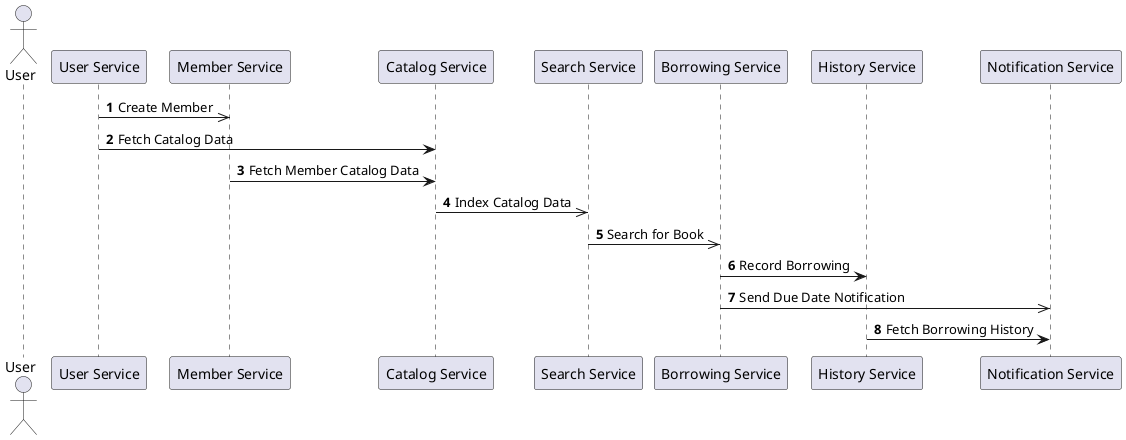
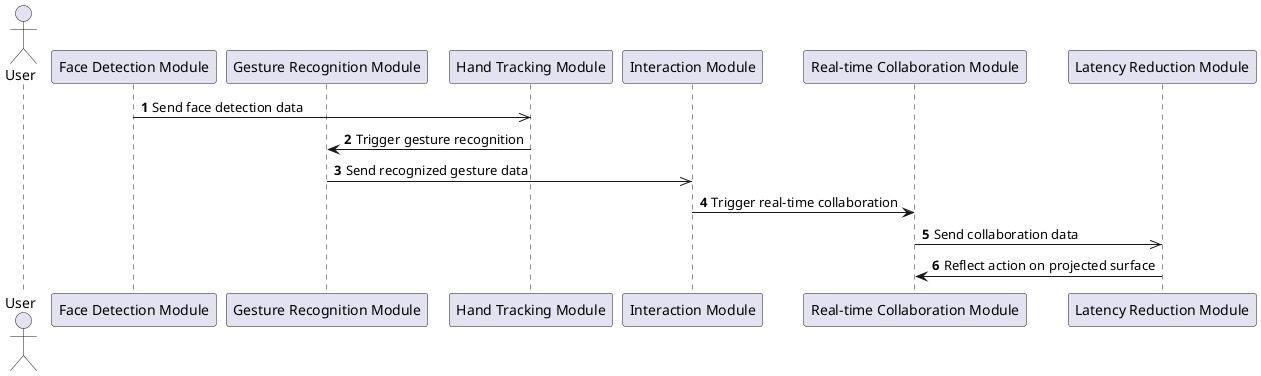
@startuml
autonumber
actor User
- participant "User Service" as UserService
- participant "Member Service" as MemberService
- participant "Catalog Service" as CatalogService
- participant "Search Service" as SearchService
- participant "Borrowing Service" as BorrowingService
- participant "History Service" as HistoryService
- participant "Notification Service" as NotificationService
- UserService ->> MemberService : Create Member
- UserService -> CatalogService : Fetch Catalog Data
- MemberService -> CatalogService : Fetch Member Catalog Data
- CatalogService ->> SearchService : Index Catalog Data
- SearchService ->> BorrowingService : Search for Book
- BorrowingService -> HistoryService : Record Borrowing
- BorrowingService ->> NotificationService : Send Due Date Notification
- HistoryService -> NotificationService : Fetch Borrowing History
+ participant "Face Detection Module" as FaceDetectionModule
+ participant "Gesture Recognition Module" as GestureRecognitionModule
+ participant "Hand Tracking Module" as HandTrackingModule
+ participant "Interaction Module" as InteractionModule
+ participant "Real-time Collaboration Module" as RealtimeCollaborationModule
+ participant "Latency Reduction Module" as LatencyReductionModule
+ FaceDetectionModule ->> HandTrackingModule : Send face detection data
+ HandTrackingModule -> GestureRecognitionModule : Trigger gesture recognition
+ GestureRecognitionModule ->> InteractionModule : Send recognized gesture data
+ InteractionModule -> RealtimeCollaborationModule : Trigger real-time collaboration
+ RealtimeCollaborationModule ->> LatencyReductionModule : Send collaboration data
+ LatencyReductionModule -> RealtimeCollaborationModule : Reflect action on projected surface
@enduml